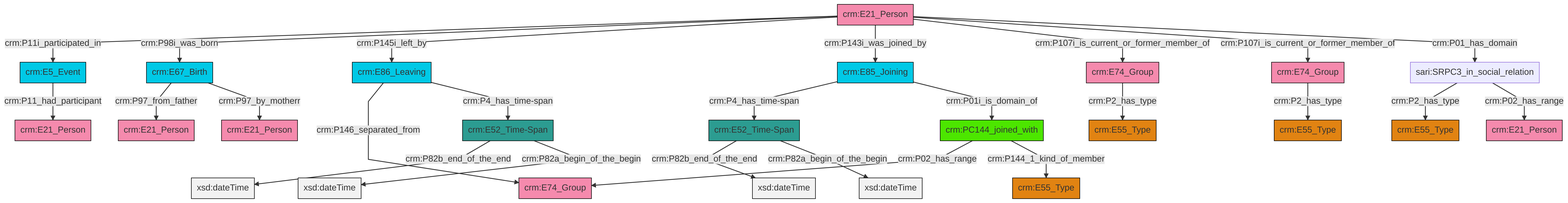
swiss-art-research-net/reference-data-models keeps this Mermaid diagram as et/personCSV/ttl/mmd/png/Person_Actor_Relations.png. Above is the earlier version. Its source is kept beside it as et/personCSV/ttl/mmd/Person_Actor_Relations.ttl.mmd.
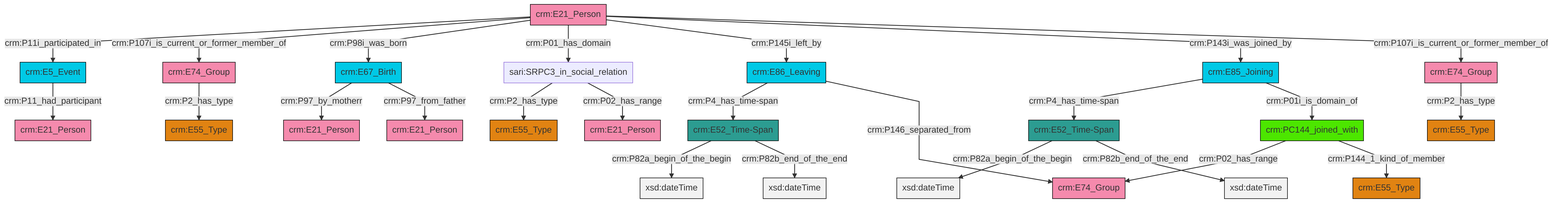
Above is the later version.

Diff of the diagram source:
```diff
@@ -13,27 +13,27 @@
 classDef PC_Classes fill:#4ce600, stroke:#000000;
 classDef Multi fill:#cccccc,stroke:#000000;
 
-4["crm:E74_Group"]:::Actor -->|crm:P2_has_type| 2["crm:E55_Type"]:::Type
-8["crm:E21_Person"]:::Actor -->|crm:P11i_participated_in| 9["crm:E5_Event"]:::Temporal_Entity
-8["crm:E21_Person"]:::Actor -->|crm:P98i_was_born| 12["crm:E67_Birth"]:::Temporal_Entity
-12["crm:E67_Birth"]:::Temporal_Entity -->|crm:P97_from_father| 15["crm:E21_Person"]:::Actor
-0["crm:E52_Time-Span"]:::Time-Span -->|crm:P82b_end_of_the_end| 24[xsd:dateTime]:::Literal
-8["crm:E21_Person"]:::Actor -->|crm:P145i_left_by| 25["crm:E86_Leaving"]:::Temporal_Entity
-25["crm:E86_Leaving"]:::Temporal_Entity -->|crm:P146_separated_from| 27["crm:E74_Group"]:::Actor
-8["crm:E21_Person"]:::Actor -->|crm:P143i_was_joined_by| 13["crm:E85_Joining"]:::Temporal_Entity
-25["crm:E86_Leaving"]:::Temporal_Entity -->|crm:P4_has_time-span| 28["crm:E52_Time-Span"]:::Time-Span
-28["crm:E52_Time-Span"]:::Time-Span -->|crm:P82b_end_of_the_end| 29[xsd:dateTime]:::Literal
-30["crm:PC144_joined_with"]:::PC_Classes -->|crm:P02_has_range| 27["crm:E74_Group"]:::Actor
-12["crm:E67_Birth"]:::Temporal_Entity -->|crm:P97_by_motherr| 22["crm:E21_Person"]:::Actor
-8["crm:E21_Person"]:::Actor -->|crm:P107i_is_current_or_former_member_of| 4["crm:E74_Group"]:::Actor
-13["crm:E85_Joining"]:::Temporal_Entity -->|crm:P4_has_time-span| 0["crm:E52_Time-Span"]:::Time-Span
-28["crm:E52_Time-Span"]:::Time-Span -->|crm:P82a_begin_of_the_begin| 41[xsd:dateTime]:::Literal
-8["crm:E21_Person"]:::Actor -->|crm:P107i_is_current_or_former_member_of| 18["crm:E74_Group"]:::Actor
-18["crm:E74_Group"]:::Actor -->|crm:P2_has_type| 16["crm:E55_Type"]:::Type
-9["crm:E5_Event"]:::Temporal_Entity -->|crm:P11_had_participant| 39["crm:E21_Person"]:::Actor
-36["sari:SRPC3_in_social_relation"]:::Default -->|crm:P2_has_type| 10["crm:E55_Type"]:::Type
-30["crm:PC144_joined_with"]:::PC_Classes -->|crm:P144_1_kind_of_member| 32["crm:E55_Type"]:::Type
-36["sari:SRPC3_in_social_relation"]:::Default -->|crm:P02_has_range| 6["crm:E21_Person"]:::Actor
-0["crm:E52_Time-Span"]:::Time-Span -->|crm:P82a_begin_of_the_begin| 45[xsd:dateTime]:::Literal
-8["crm:E21_Person"]:::Actor -->|crm:P01_has_domain| 36["sari:SRPC3_in_social_relation"]:::Default
-13["crm:E85_Joining"]:::Temporal_Entity -->|crm:P01i_is_domain_of| 30["crm:PC144_joined_with"]:::PC_Classes
+0["crm:E67_Birth"]:::Temporal_Entity -->|crm:P97_by_motherr| 1["crm:E21_Person"]:::Actor
+4["crm:PC144_joined_with"]:::PC_Classes -->|crm:P02_has_range| 5["crm:E74_Group"]:::Actor
+6["crm:E85_Joining"]:::Temporal_Entity -->|crm:P4_has_time-span| 7["crm:E52_Time-Span"]:::Time-Span
+11["crm:E21_Person"]:::Actor -->|crm:P11i_participated_in| 12["crm:E5_Event"]:::Temporal_Entity
+11["crm:E21_Person"]:::Actor -->|crm:P107i_is_current_or_former_member_of| 16["crm:E74_Group"]:::Actor
+17["crm:E74_Group"]:::Actor -->|crm:P2_has_type| 18["crm:E55_Type"]:::Type
+11["crm:E21_Person"]:::Actor -->|crm:P98i_was_born| 0["crm:E67_Birth"]:::Temporal_Entity
+11["crm:E21_Person"]:::Actor -->|crm:P01_has_domain| 8["sari:SRPC3_in_social_relation"]:::Default
+7["crm:E52_Time-Span"]:::Time-Span -->|crm:P82a_begin_of_the_begin| 20[xsd:dateTime]:::Literal
+6["crm:E85_Joining"]:::Temporal_Entity -->|crm:P01i_is_domain_of| 4["crm:PC144_joined_with"]:::PC_Classes
+11["crm:E21_Person"]:::Actor -->|crm:P145i_left_by| 23["crm:E86_Leaving"]:::Temporal_Entity
+0["crm:E67_Birth"]:::Temporal_Entity -->|crm:P97_from_father| 28["crm:E21_Person"]:::Actor
+16["crm:E74_Group"]:::Actor -->|crm:P2_has_type| 26["crm:E55_Type"]:::Type
+23["crm:E86_Leaving"]:::Temporal_Entity -->|crm:P4_has_time-span| 24["crm:E52_Time-Span"]:::Time-Span
+12["crm:E5_Event"]:::Temporal_Entity -->|crm:P11_had_participant| 34["crm:E21_Person"]:::Actor
+11["crm:E21_Person"]:::Actor -->|crm:P143i_was_joined_by| 6["crm:E85_Joining"]:::Temporal_Entity
+7["crm:E52_Time-Span"]:::Time-Span -->|crm:P82b_end_of_the_end| 35[xsd:dateTime]:::Literal
+24["crm:E52_Time-Span"]:::Time-Span -->|crm:P82a_begin_of_the_begin| 38[xsd:dateTime]:::Literal
+23["crm:E86_Leaving"]:::Temporal_Entity -->|crm:P146_separated_from| 5["crm:E74_Group"]:::Actor
+24["crm:E52_Time-Span"]:::Time-Span -->|crm:P82b_end_of_the_end| 43[xsd:dateTime]:::Literal
+11["crm:E21_Person"]:::Actor -->|crm:P107i_is_current_or_former_member_of| 17["crm:E74_Group"]:::Actor
+4["crm:PC144_joined_with"]:::PC_Classes -->|crm:P144_1_kind_of_member| 13["crm:E55_Type"]:::Type
+8["sari:SRPC3_in_social_relation"]:::Default -->|crm:P2_has_type| 21["crm:E55_Type"]:::Type
+8["sari:SRPC3_in_social_relation"]:::Default -->|crm:P02_has_range| 2["crm:E21_Person"]:::Actor
```
